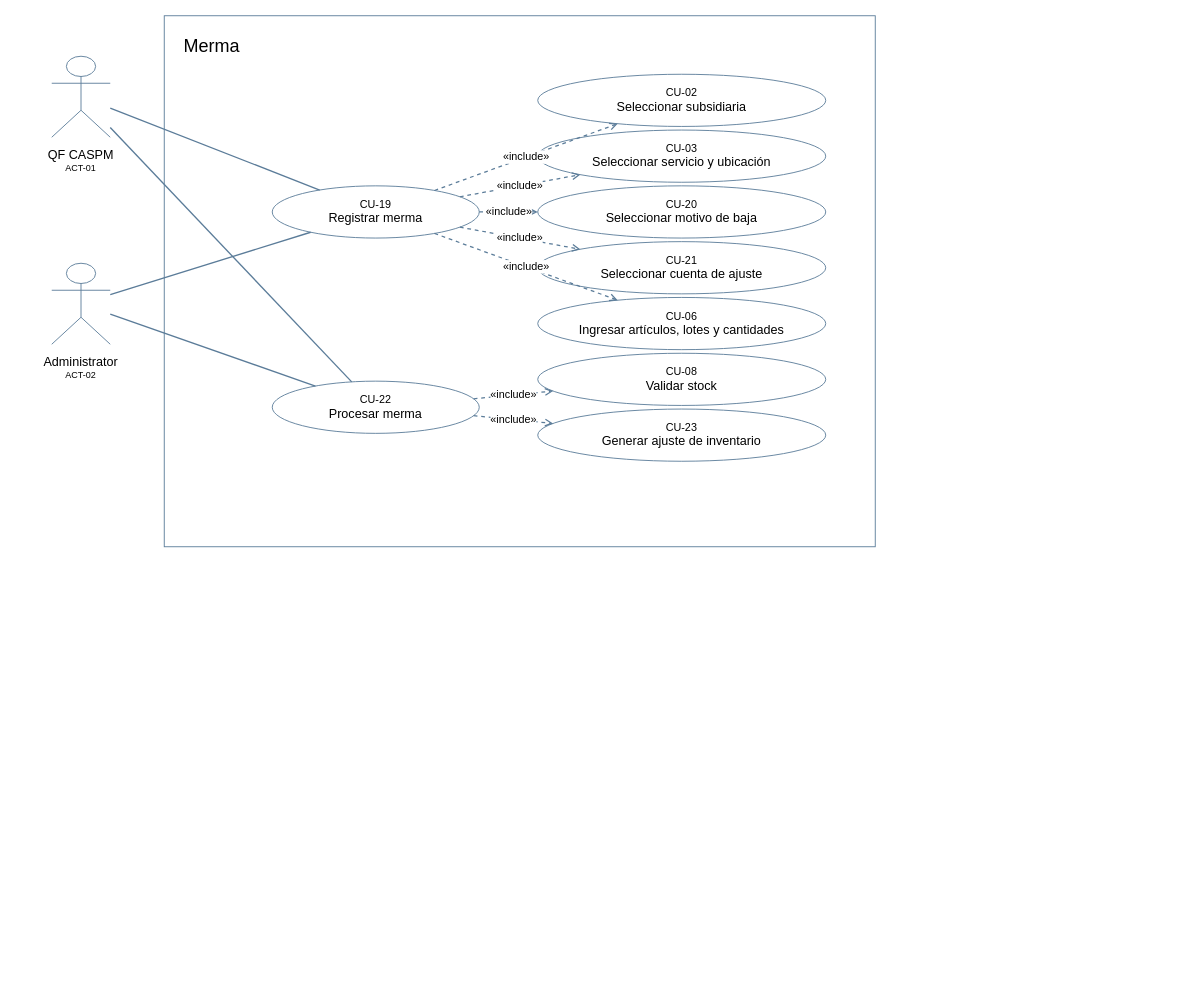
This is Custom/AS_NSP_018_PrestamoDevolucionMerma/documentacion/diagramas/AS_RegistroDeSolicitudDeInventario_CasosUso_Merma.drawio from maxterlens/andes-salud, a draw.io file, before an edit. Source tidied: cells renumbered, new cells numbered last; positions are measured from the earlier drawing's top-left corner, leaving out a move shared by most shapes. Both pictures are drawn from the tidied source at 90%, with x=0, y=0 at pixel (15, 15).
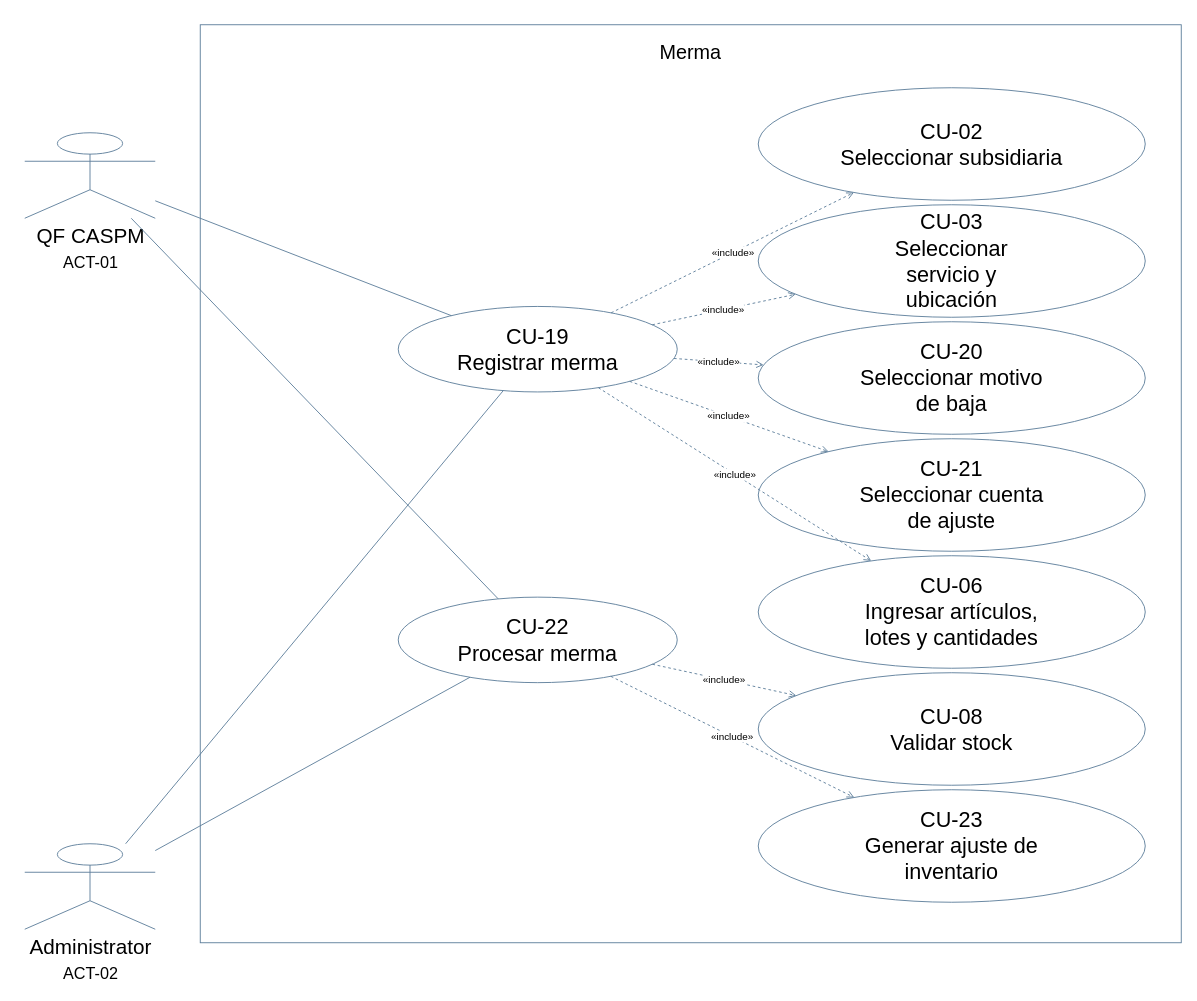
After the change.

Change to the diagram source:
```diff
@@
-    <mxCell id="2" value="Merma" style="rounded=0;whiteSpace=wrap;html=1;fillColor=#FFFFFF;strokeColor=#5B7C99;fontColor=#000000;fontFamily=Arial;fontSize=20;verticalAlign=top;align=left;spacingTop=15;spacingLeft=20;" parent="1" vertex="1">
-      <mxGeometry x="165" width="790" height="590" as="geometry" />
+    <mxCell id="2" value="Merma" style="rounded=0;whiteSpace=wrap;html=1;strokeColor=#5B7C99;fillColor=#FFFFFF;fontColor=#000000;fontFamily=Arial;fontSize=22;verticalAlign=top;spacingTop=12;" parent="1" vertex="1">
+      <mxGeometry x="205" y="10" width="1090" height="1020" as="geometry" />
     </mxCell>
+    <mxCell id="12" value="QF CASPM&lt;br&gt;&lt;font style=&quot;font-size:18px&quot;&gt;ACT-01&lt;/font&gt;" style="shape=umlActor;verticalLabelPosition=bottom;verticalAlign=top;html=1;strokeColor=#5B7C99;fillColor=#FFFFFF;fontColor=#000000;fontFamily=Arial;fontSize=23;" parent="1" vertex="1">
+      <mxGeometry x="10" y="130" width="145" height="95" as="geometry" />
+    </mxCell>
+    <mxCell id="14" value="Administrator&lt;br&gt;&lt;font style=&quot;font-size:18px&quot;&gt;ACT-02&lt;/font&gt;" style="shape=umlActor;verticalLabelPosition=bottom;verticalAlign=top;html=1;strokeColor=#5B7C99;fillColor=#FFFFFF;fontColor=#000000;fontFamily=Arial;fontSize=23;" parent="1" vertex="1">
+      <mxGeometry x="10" y="920" width="145" height="95" as="geometry" />
+    </mxCell>
-    <mxCell id="3" value="&lt;div style=&quot;font-size:12px&quot;&gt;CU-19&lt;/div&gt;&lt;div&gt;Registrar merma&lt;/div&gt;" style="ellipse;whiteSpace=wrap;html=1;fillColor=#FFFFFF;strokeColor=#5B7C99;fontColor=#000000;fontFamily=Arial;fontSize=14;align=center;verticalAlign=middle;spacing=8;" parent="1" vertex="1">
-      <mxGeometry x="285" y="189" width="230" height="58" as="geometry" />
+    <mxCell id="3" value="CU-19&lt;br&gt;Registrar merma" style="ellipse;whiteSpace=wrap;html=1;strokeColor=#5B7C99;fillColor=#FFFFFF;fontColor=#000000;fontFamily=Arial;fontSize=24;" parent="1" vertex="1">
+      <mxGeometry x="425" y="323" width="310" height="95" as="geometry" />
     </mxCell>
+    <mxCell id="9" value="CU-22&lt;br&gt;Procesar merma" style="ellipse;whiteSpace=wrap;html=1;strokeColor=#5B7C99;fillColor=#FFFFFF;fontColor=#000000;fontFamily=Arial;fontSize=24;" parent="1" vertex="1">
+      <mxGeometry x="425" y="646" width="310" height="95" as="geometry" />
+    </mxCell>
-    <mxCell id="4" value="&lt;div style=&quot;font-size:12px&quot;&gt;CU-02&lt;/div&gt;&lt;div&gt;Seleccionar subsidiaria&lt;/div&gt;" style="ellipse;whiteSpace=wrap;html=1;fillColor=#FFFFFF;strokeColor=#5B7C99;fontColor=#000000;fontFamily=Arial;fontSize=14;align=center;verticalAlign=middle;spacing=8;" parent="1" vertex="1">
-      <mxGeometry x="580" y="65" width="320" height="58" as="geometry" />
+    <mxCell id="4" value="CU-02&lt;br&gt;Seleccionar subsidiaria" style="ellipse;whiteSpace=wrap;html=1;strokeColor=#5B7C99;fillColor=#FFFFFF;fontColor=#000000;fontFamily=Arial;fontSize=24;" parent="1" vertex="1">
+      <mxGeometry x="825" y="80" width="430" height="125" as="geometry" />
     </mxCell>
-    <mxCell id="5" value="&lt;div style=&quot;font-size:12px&quot;&gt;CU-03&lt;/div&gt;&lt;div&gt;Seleccionar servicio y ubicación&lt;/div&gt;" style="ellipse;whiteSpace=wrap;html=1;fillColor=#FFFFFF;strokeColor=#5B7C99;fontColor=#000000;fontFamily=Arial;fontSize=14;align=center;verticalAlign=middle;spacing=8;" parent="1" vertex="1">
-      <mxGeometry x="580" y="127" width="320" height="58" as="geometry" />
+    <mxCell id="5" value="CU-03&lt;br&gt;Seleccionar&lt;br&gt;servicio y&lt;br&gt;ubicación" style="ellipse;whiteSpace=wrap;html=1;strokeColor=#5B7C99;fillColor=#FFFFFF;fontColor=#000000;fontFamily=Arial;fontSize=24;" parent="1" vertex="1">
+      <mxGeometry x="825" y="210" width="430" height="125" as="geometry" />
     </mxCell>
-    <mxCell id="6" value="&lt;div style=&quot;font-size:12px&quot;&gt;CU-20&lt;/div&gt;&lt;div&gt;Seleccionar motivo de baja&lt;/div&gt;" style="ellipse;whiteSpace=wrap;html=1;fillColor=#FFFFFF;strokeColor=#5B7C99;fontColor=#000000;fontFamily=Arial;fontSize=14;align=center;verticalAlign=middle;spacing=8;" parent="1" vertex="1">
-      <mxGeometry x="580" y="189" width="320" height="58" as="geometry" />
+    <mxCell id="6" value="CU-20&lt;br&gt;Seleccionar motivo&lt;br&gt;de baja" style="ellipse;whiteSpace=wrap;html=1;strokeColor=#5B7C99;fillColor=#FFFFFF;fontColor=#000000;fontFamily=Arial;fontSize=24;" parent="1" vertex="1">
+      <mxGeometry x="825" y="340" width="430" height="125" as="geometry" />
     </mxCell>
-    <mxCell id="7" value="&lt;div style=&quot;font-size:12px&quot;&gt;CU-21&lt;/div&gt;&lt;div&gt;Seleccionar cuenta de ajuste&lt;/div&gt;" style="ellipse;whiteSpace=wrap;html=1;fillColor=#FFFFFF;strokeColor=#5B7C99;fontColor=#000000;fontFamily=Arial;fontSize=14;align=center;verticalAlign=middle;spacing=8;" parent="1" vertex="1">
-      <mxGeometry x="580" y="251" width="320" height="58" as="geometry" />
+    <mxCell id="7" value="CU-21&lt;br&gt;Seleccionar cuenta&lt;br&gt;de ajuste" style="ellipse;whiteSpace=wrap;html=1;strokeColor=#5B7C99;fillColor=#FFFFFF;fontColor=#000000;fontFamily=Arial;fontSize=24;" parent="1" vertex="1">
+      <mxGeometry x="825" y="470" width="430" height="125" as="geometry" />
     </mxCell>
-    <mxCell id="8" value="&lt;div style=&quot;font-size:12px&quot;&gt;CU-06&lt;/div&gt;&lt;div&gt;Ingresar artículos, lotes y cantidades&lt;/div&gt;" style="ellipse;whiteSpace=wrap;html=1;fillColor=#FFFFFF;strokeColor=#5B7C99;fontColor=#000000;fontFamily=Arial;fontSize=14;align=center;verticalAlign=middle;spacing=8;" parent="1" vertex="1">
-      <mxGeometry x="580" y="313" width="320" height="58" as="geometry" />
+    <mxCell id="8" value="CU-06&lt;br&gt;Ingresar artículos,&lt;br&gt;lotes y cantidades" style="ellipse;whiteSpace=wrap;html=1;strokeColor=#5B7C99;fillColor=#FFFFFF;fontColor=#000000;fontFamily=Arial;fontSize=24;" parent="1" vertex="1">
+      <mxGeometry x="825" y="600" width="430" height="125" as="geometry" />
     </mxCell>
-    <mxCell id="9" value="&lt;div style=&quot;font-size:12px&quot;&gt;CU-22&lt;/div&gt;&lt;div&gt;Procesar merma&lt;/div&gt;" style="ellipse;whiteSpace=wrap;html=1;fillColor=#FFFFFF;strokeColor=#5B7C99;fontColor=#000000;fontFamily=Arial;fontSize=14;align=center;verticalAlign=middle;spacing=8;" parent="1" vertex="1">
-      <mxGeometry x="285" y="406" width="230" height="58" as="geometry" />
-    </mxCell>
-    <mxCell id="10" value="&lt;div style=&quot;font-size:12px&quot;&gt;CU-08&lt;/div&gt;&lt;div&gt;Validar stock&lt;/div&gt;" style="ellipse;whiteSpace=wrap;html=1;fillColor=#FFFFFF;strokeColor=#5B7C99;fontColor=#000000;fontFamily=Arial;fontSize=14;align=center;verticalAlign=middle;spacing=8;" parent="1" vertex="1">
-      <mxGeometry x="580" y="375" width="320" height="58" as="geometry" />
+    <mxCell id="10" value="CU-08&lt;br&gt;Validar stock" style="ellipse;whiteSpace=wrap;html=1;strokeColor=#5B7C99;fillColor=#FFFFFF;fontColor=#000000;fontFamily=Arial;fontSize=24;" parent="1" vertex="1">
+      <mxGeometry x="825" y="730" width="430" height="125" as="geometry" />
     </mxCell>
-    <mxCell id="11" value="&lt;div style=&quot;font-size:12px&quot;&gt;CU-23&lt;/div&gt;&lt;div&gt;Generar ajuste de inventario&lt;/div&gt;" style="ellipse;whiteSpace=wrap;html=1;fillColor=#FFFFFF;strokeColor=#5B7C99;fontColor=#000000;fontFamily=Arial;fontSize=14;align=center;verticalAlign=middle;spacing=8;" parent="1" vertex="1">
-      <mxGeometry x="580" y="437" width="320" height="58" as="geometry" />
+    <mxCell id="11" value="CU-23&lt;br&gt;Generar ajuste de&lt;br&gt;inventario" style="ellipse;whiteSpace=wrap;html=1;strokeColor=#5B7C99;fillColor=#FFFFFF;fontColor=#000000;fontFamily=Arial;fontSize=24;" parent="1" vertex="1">
+      <mxGeometry x="825" y="860" width="430" height="125" as="geometry" />
     </mxCell>
-    <mxCell id="12" style="shape=umlActor;whiteSpace=wrap;html=1;fillColor=#FFFFFF;strokeColor=#5B7C99;fontColor=#000000;fontFamily=Arial;fontSize=14;" parent="1" vertex="1">
-      <mxGeometry x="40" y="45" width="65" height="90" as="geometry" />
-    </mxCell>
-    <mxCell id="13" value="&lt;div&gt;QF CASPM&lt;/div&gt;&lt;div style=&quot;font-size:10px&quot;&gt;ACT-01&lt;/div&gt;" style="rounded=0;whiteSpace=wrap;html=1;fillColor=none;strokeColor=none;fontColor=#000000;fontFamily=Arial;fontSize=14;align=center;verticalAlign=top;" parent="1" vertex="1">
-      <mxGeometry y="140" width="145" height="45" as="geometry" />
-    </mxCell>
-    <mxCell id="14" style="shape=umlActor;whiteSpace=wrap;html=1;fillColor=#FFFFFF;strokeColor=#5B7C99;fontColor=#000000;fontFamily=Arial;fontSize=14;" parent="1" vertex="1">
-      <mxGeometry x="40" y="275" width="65" height="90" as="geometry" />
-    </mxCell>
-    <mxCell id="15" value="&lt;div&gt;Administrator&lt;/div&gt;&lt;div style=&quot;font-size:10px&quot;&gt;ACT-02&lt;/div&gt;" style="rounded=0;whiteSpace=wrap;html=1;fillColor=none;strokeColor=none;fontColor=#000000;fontFamily=Arial;fontSize=14;align=center;verticalAlign=top;" parent="1" vertex="1">
-      <mxGeometry y="370" width="145" height="45" as="geometry" />
-    </mxCell>
-    <mxCell id="16" style="endArrow=none;startArrow=none;html=1;strokeColor=#5B7C99;strokeWidth=1.5;" parent="1" edge="1" source="12" target="3">
+    <mxCell id="16" style="endArrow=none;strokeColor=#5B7C99;html=1;" parent="1" edge="1" source="12" target="3">
       <mxGeometry relative="1" as="geometry" />
     </mxCell>
-    <mxCell id="17" style="endArrow=none;startArrow=none;html=1;strokeColor=#5B7C99;strokeWidth=1.5;" parent="1" edge="1" source="14" target="3">
+    <mxCell id="17" style="endArrow=none;strokeColor=#5B7C99;html=1;" parent="1" edge="1" source="14" target="3">
       <mxGeometry relative="1" as="geometry" />
     </mxCell>
-    <mxCell id="18" value="«include»" style="dashed=1;endArrow=open;endFill=0;html=1;strokeColor=#5B7C99;strokeWidth=1.4;fontFamily=Arial;fontSize=12;fontColor=#000000;" parent="1" edge="1" source="3" target="4">
+    <mxCell id="18" value="«include»" style="dashed=1;endArrow=open;strokeColor=#5B7C99;html=1;fontFamily=Arial;" parent="1" edge="1" source="3" target="4">
       <mxGeometry relative="1" as="geometry" />
     </mxCell>
-    <mxCell id="19" value="«include»" style="dashed=1;endArrow=open;endFill=0;html=1;strokeColor=#5B7C99;strokeWidth=1.4;fontFamily=Arial;fontSize=12;fontColor=#000000;" parent="1" edge="1" source="3" target="5">
+    <mxCell id="19" value="«include»" style="dashed=1;endArrow=open;strokeColor=#5B7C99;html=1;fontFamily=Arial;" parent="1" edge="1" source="3" target="5">
       <mxGeometry relative="1" as="geometry" />
     </mxCell>
-    <mxCell id="20" value="«include»" style="dashed=1;endArrow=open;endFill=0;html=1;strokeColor=#5B7C99;strokeWidth=1.4;fontFamily=Arial;fontSize=12;fontColor=#000000;" parent="1" edge="1" source="3" target="6">
+    <mxCell id="20" value="«include»" style="dashed=1;endArrow=open;strokeColor=#5B7C99;html=1;fontFamily=Arial;" parent="1" edge="1" source="3" target="6">
       <mxGeometry relative="1" as="geometry" />
     </mxCell>
-    <mxCell id="21" value="«include»" style="dashed=1;endArrow=open;endFill=0;html=1;strokeColor=#5B7C99;strokeWidth=1.4;fontFamily=Arial;fontSize=12;fontColor=#000000;" parent="1" edge="1" source="3" target="7">
+    <mxCell id="21" value="«include»" style="dashed=1;endArrow=open;strokeColor=#5B7C99;html=1;fontFamily=Arial;" parent="1" edge="1" source="3" target="7">
       <mxGeometry relative="1" as="geometry" />
     </mxCell>
-    <mxCell id="22" value="«include»" style="dashed=1;endArrow=open;endFill=0;html=1;strokeColor=#5B7C99;strokeWidth=1.4;fontFamily=Arial;fontSize=12;fontColor=#000000;" parent="1" edge="1" source="3" target="8">
+    <mxCell id="22" value="«include»" style="dashed=1;endArrow=open;strokeColor=#5B7C99;html=1;fontFamily=Arial;" parent="1" edge="1" source="3" target="8">
       <mxGeometry relative="1" as="geometry" />
     </mxCell>
-    <mxCell id="23" style="endArrow=none;startArrow=none;html=1;strokeColor=#5B7C99;strokeWidth=1.5;" parent="1" edge="1" source="12" target="9">
+    <mxCell id="23" style="endArrow=none;strokeColor=#5B7C99;html=1;" parent="1" edge="1" source="12" target="9">
       <mxGeometry relative="1" as="geometry" />
     </mxCell>
-    <mxCell id="24" style="endArrow=none;startArrow=none;html=1;strokeColor=#5B7C99;strokeWidth=1.5;" parent="1" edge="1" source="14" target="9">
+    <mxCell id="24" style="endArrow=none;strokeColor=#5B7C99;html=1;" parent="1" edge="1" source="14" target="9">
       <mxGeometry relative="1" as="geometry" />
     </mxCell>
-    <mxCell id="25" value="«include»" style="dashed=1;endArrow=open;endFill=0;html=1;strokeColor=#5B7C99;strokeWidth=1.4;fontFamily=Arial;fontSize=12;fontColor=#000000;" parent="1" edge="1" source="9" target="10">
+    <mxCell id="25" value="«include»" style="dashed=1;endArrow=open;strokeColor=#5B7C99;html=1;fontFamily=Arial;" parent="1" edge="1" source="9" target="10">
       <mxGeometry relative="1" as="geometry" />
     </mxCell>
-    <mxCell id="26" value="«include»" style="dashed=1;endArrow=open;endFill=0;html=1;strokeColor=#5B7C99;strokeWidth=1.4;fontFamily=Arial;fontSize=12;fontColor=#000000;" parent="1" edge="1" source="9" target="11">
+    <mxCell id="26" value="«include»" style="dashed=1;endArrow=open;strokeColor=#5B7C99;html=1;fontFamily=Arial;" parent="1" edge="1" source="9" target="11">
       <mxGeometry relative="1" as="geometry" />
     </mxCell>
```
